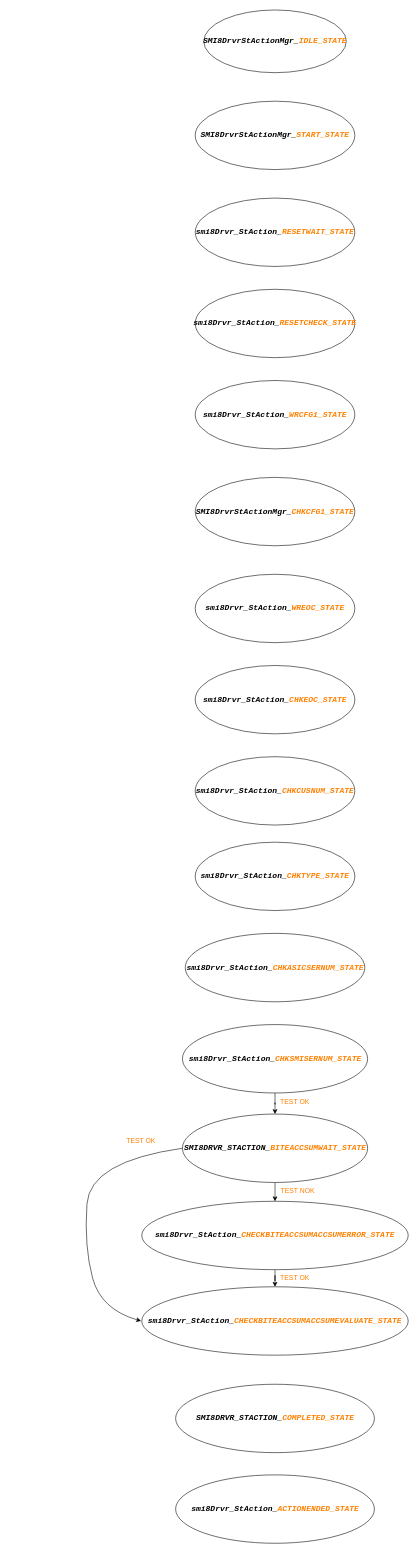
woshitanwang/pics_procdure keeps this draw.io diagram as smi8xx_staction.drawio. Above is the earlier version. Source tidied: cells renumbered, new cells numbered last; positions are measured from the earlier drawing's top-left corner, leaving out a move shared by most shapes. Both pictures are drawn from the tidied source at 57%, with x=0, y=0 at pixel (84, 10).
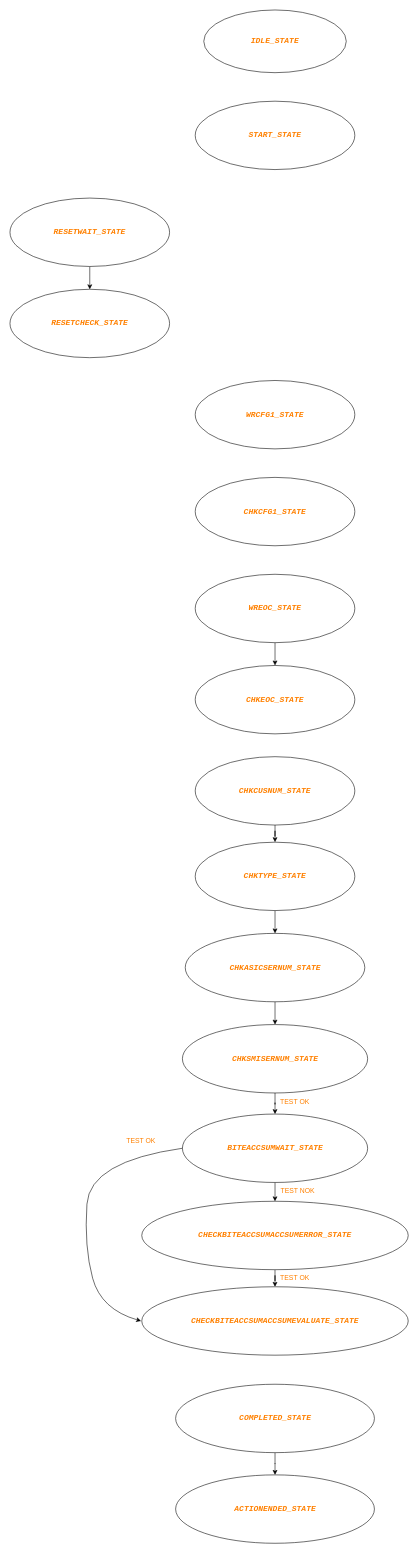
The same page after the edit.

The edit, as a diff of the source:
```diff
@@
-    <mxCell id="2" value="&lt;p style=&quot;font-family: &amp;#34;consolas&amp;#34; , &amp;#34;courier new&amp;#34; , monospace ; font-size: 14px ; line-height: 19px&quot;&gt;&lt;span style=&quot;font-style: italic&quot;&gt;&lt;b&gt;SMI8DrvrStActionMgr_&lt;font color=&quot;#ff8000&quot;&gt;IDLE_STATE&lt;/font&gt;&lt;/b&gt;&lt;/span&gt;&lt;/p&gt;" style="ellipse;whiteSpace=wrap;html=1;" parent="1" vertex="1">
+    <mxCell id="2" value="&lt;p style=&quot;font-family: &amp;#34;consolas&amp;#34; , &amp;#34;courier new&amp;#34; , monospace ; font-size: 14px ; line-height: 19px&quot;&gt;&lt;span style=&quot;font-style: italic&quot;&gt;&lt;b&gt;&lt;font color=&quot;#ff8000&quot;&gt;IDLE_STATE&lt;/font&gt;&lt;/b&gt;&lt;/span&gt;&lt;/p&gt;" style="ellipse;whiteSpace=wrap;html=1;" parent="1" vertex="1">
       <mxGeometry x="210" width="250" height="110" as="geometry" />
     </mxCell>
-    <mxCell id="3" value="&lt;p style=&quot;line-height: 19px&quot;&gt;&lt;font face=&quot;consolas, courier new, monospace&quot;&gt;&lt;span style=&quot;font-size: 14px&quot;&gt;&lt;b&gt;&lt;i&gt;SMI8DrvrStActionMgr_&lt;font color=&quot;#ff8000&quot;&gt;START_STATE&lt;/font&gt;&lt;/i&gt;&lt;/b&gt;&lt;/span&gt;&lt;/font&gt;&lt;br&gt;&lt;/p&gt;" style="ellipse;whiteSpace=wrap;html=1;" parent="1" vertex="1">
+    <mxCell id="3" value="&lt;p style=&quot;line-height: 19px&quot;&gt;&lt;font face=&quot;consolas, courier new, monospace&quot;&gt;&lt;span style=&quot;font-size: 14px&quot;&gt;&lt;b&gt;&lt;i&gt;&lt;font color=&quot;#ff8000&quot;&gt;START_STATE&lt;/font&gt;&lt;/i&gt;&lt;/b&gt;&lt;/span&gt;&lt;/font&gt;&lt;br&gt;&lt;/p&gt;" style="ellipse;whiteSpace=wrap;html=1;" parent="1" vertex="1">
       <mxGeometry x="195" y="160" width="280" height="120" as="geometry" />
     </mxCell>
+    <mxCell id="27" style="edgeStyle=orthogonalEdgeStyle;rounded=0;jettySize=auto;html=1;fontColor=#FF8000;" parent="1" edge="1" source="4" target="5">
+      <mxGeometry relative="1" as="geometry" />
+    </mxCell>
-    <mxCell id="4" value="&lt;p style=&quot;line-height: 19px&quot;&gt;&lt;font face=&quot;consolas, courier new, monospace&quot;&gt;&lt;span style=&quot;font-size: 14px&quot;&gt;&lt;b&gt;&lt;i&gt;smi8Drvr_StAction_&lt;font color=&quot;#ff8000&quot;&gt;RESETWAIT_STATE&lt;/font&gt;&lt;/i&gt;&lt;/b&gt;&lt;/span&gt;&lt;/font&gt;&lt;br&gt;&lt;/p&gt;" style="ellipse;whiteSpace=wrap;html=1;" parent="1" vertex="1">
-      <mxGeometry x="195" y="330" width="280" height="120" as="geometry" />
+    <mxCell id="4" value="&lt;p style=&quot;line-height: 19px&quot;&gt;&lt;font face=&quot;consolas, courier new, monospace&quot;&gt;&lt;span style=&quot;font-size: 14px&quot;&gt;&lt;b&gt;&lt;i&gt;&lt;font color=&quot;#ff8000&quot;&gt;RESETWAIT_STATE&lt;/font&gt;&lt;/i&gt;&lt;/b&gt;&lt;/span&gt;&lt;/font&gt;&lt;br&gt;&lt;/p&gt;" style="ellipse;whiteSpace=wrap;html=1;" parent="1" vertex="1">
+      <mxGeometry x="-130" y="330" width="280" height="120" as="geometry" />
     </mxCell>
-    <mxCell id="5" value="&lt;p style=&quot;line-height: 19px&quot;&gt;&lt;font face=&quot;consolas, courier new, monospace&quot;&gt;&lt;span style=&quot;font-size: 14px&quot;&gt;&lt;b&gt;&lt;i&gt;smi8Drvr_StAction_&lt;font color=&quot;#ff8000&quot;&gt;RESETCHECK_STATE&lt;/font&gt;&lt;/i&gt;&lt;/b&gt;&lt;/span&gt;&lt;/font&gt;&lt;br&gt;&lt;/p&gt;" style="ellipse;whiteSpace=wrap;html=1;" parent="1" vertex="1">
-      <mxGeometry x="195" y="490" width="280" height="120" as="geometry" />
+    <mxCell id="5" value="&lt;p style=&quot;line-height: 19px&quot;&gt;&lt;font face=&quot;consolas, courier new, monospace&quot;&gt;&lt;span style=&quot;font-size: 14px&quot;&gt;&lt;b&gt;&lt;i&gt;&lt;font color=&quot;#ff8000&quot;&gt;RESETCHECK_STATE&lt;/font&gt;&lt;/i&gt;&lt;/b&gt;&lt;/span&gt;&lt;/font&gt;&lt;br&gt;&lt;/p&gt;" style="ellipse;whiteSpace=wrap;html=1;" parent="1" vertex="1">
+      <mxGeometry x="-130" y="490" width="280" height="120" as="geometry" />
     </mxCell>
-    <mxCell id="6" value="&lt;p style=&quot;line-height: 19px&quot;&gt;&lt;font face=&quot;consolas, courier new, monospace&quot;&gt;&lt;span style=&quot;font-size: 14px&quot;&gt;&lt;b&gt;&lt;i&gt;smi8Drvr_StAction_&lt;font color=&quot;#ff8000&quot;&gt;WRCFG1_STATE&lt;/font&gt;&lt;/i&gt;&lt;/b&gt;&lt;/span&gt;&lt;/font&gt;&lt;br&gt;&lt;/p&gt;" style="ellipse;whiteSpace=wrap;html=1;" parent="1" vertex="1">
+    <mxCell id="6" value="&lt;p style=&quot;line-height: 19px&quot;&gt;&lt;font face=&quot;consolas, courier new, monospace&quot;&gt;&lt;span style=&quot;font-size: 14px&quot;&gt;&lt;b&gt;&lt;i&gt;&lt;font color=&quot;#ff8000&quot;&gt;WRCFG1_STATE&lt;/font&gt;&lt;/i&gt;&lt;/b&gt;&lt;/span&gt;&lt;/font&gt;&lt;br&gt;&lt;/p&gt;" style="ellipse;whiteSpace=wrap;html=1;" parent="1" vertex="1">
       <mxGeometry x="195" y="650" width="280" height="120" as="geometry" />
     </mxCell>
-    <mxCell id="7" value="&lt;p style=&quot;line-height: 19px&quot;&gt;&lt;font face=&quot;consolas, courier new, monospace&quot;&gt;&lt;span style=&quot;font-size: 14px&quot;&gt;&lt;b&gt;&lt;i&gt;SMI8DrvrStActionMgr_&lt;font color=&quot;#ff8000&quot;&gt;CHKCFG1_STATE&lt;/font&gt;&lt;/i&gt;&lt;/b&gt;&lt;/span&gt;&lt;/font&gt;&lt;br&gt;&lt;/p&gt;" style="ellipse;whiteSpace=wrap;html=1;" parent="1" vertex="1">
+    <mxCell id="7" value="&lt;p style=&quot;line-height: 19px&quot;&gt;&lt;font face=&quot;consolas, courier new, monospace&quot;&gt;&lt;span style=&quot;font-size: 14px&quot;&gt;&lt;b&gt;&lt;i&gt;&lt;font color=&quot;#ff8000&quot;&gt;CHKCFG1_STATE&lt;/font&gt;&lt;/i&gt;&lt;/b&gt;&lt;/span&gt;&lt;/font&gt;&lt;br&gt;&lt;/p&gt;" style="ellipse;whiteSpace=wrap;html=1;" parent="1" vertex="1">
       <mxGeometry x="195" y="820" width="280" height="120" as="geometry" />
     </mxCell>
+    <mxCell id="28" style="edgeStyle=orthogonalEdgeStyle;rounded=0;jettySize=auto;html=1;fontColor=#FF8000;" parent="1" edge="1" source="8" target="9">
+      <mxGeometry relative="1" as="geometry" />
+    </mxCell>
-    <mxCell id="8" value="&lt;p style=&quot;line-height: 19px&quot;&gt;&lt;font face=&quot;consolas, courier new, monospace&quot;&gt;&lt;span style=&quot;font-size: 14px&quot;&gt;&lt;b&gt;&lt;i&gt;smi8Drvr_StAction_&lt;font color=&quot;#ff8000&quot;&gt;WREOC_STATE&lt;/font&gt;&lt;/i&gt;&lt;/b&gt;&lt;/span&gt;&lt;/font&gt;&lt;br&gt;&lt;/p&gt;" style="ellipse;whiteSpace=wrap;html=1;" parent="1" vertex="1">
+    <mxCell id="8" value="&lt;p style=&quot;line-height: 19px&quot;&gt;&lt;font face=&quot;consolas, courier new, monospace&quot;&gt;&lt;span style=&quot;font-size: 14px&quot;&gt;&lt;b&gt;&lt;i&gt;&lt;font color=&quot;#ff8000&quot;&gt;WREOC_STATE&lt;/font&gt;&lt;/i&gt;&lt;/b&gt;&lt;/span&gt;&lt;/font&gt;&lt;br&gt;&lt;/p&gt;" style="ellipse;whiteSpace=wrap;html=1;" parent="1" vertex="1">
       <mxGeometry x="195" y="990" width="280" height="120" as="geometry" />
     </mxCell>
-    <mxCell id="9" value="&lt;p style=&quot;line-height: 19px&quot;&gt;&lt;font face=&quot;consolas, courier new, monospace&quot;&gt;&lt;span style=&quot;font-size: 14px&quot;&gt;&lt;b&gt;&lt;i&gt;smi8Drvr_StAction_&lt;font color=&quot;#ff8000&quot;&gt;CHKEOC_STATE&lt;/font&gt;&lt;/i&gt;&lt;/b&gt;&lt;/span&gt;&lt;/font&gt;&lt;br&gt;&lt;/p&gt;" style="ellipse;whiteSpace=wrap;html=1;" parent="1" vertex="1">
+    <mxCell id="9" value="&lt;p style=&quot;line-height: 19px&quot;&gt;&lt;font face=&quot;consolas, courier new, monospace&quot;&gt;&lt;span style=&quot;font-size: 14px&quot;&gt;&lt;b&gt;&lt;i&gt;&lt;font color=&quot;#ff8000&quot;&gt;CHKEOC_STATE&lt;/font&gt;&lt;/i&gt;&lt;/b&gt;&lt;/span&gt;&lt;/font&gt;&lt;br&gt;&lt;/p&gt;" style="ellipse;whiteSpace=wrap;html=1;" parent="1" vertex="1">
       <mxGeometry x="195" y="1150" width="280" height="120" as="geometry" />
     </mxCell>
+    <mxCell id="29" style="edgeStyle=orthogonalEdgeStyle;rounded=0;jettySize=auto;html=1;fontColor=#FF8000;" parent="1" edge="1" source="10" target="11">
+      <mxGeometry relative="1" as="geometry" />
+    </mxCell>
-    <mxCell id="10" value="&lt;p style=&quot;line-height: 19px&quot;&gt;&lt;font face=&quot;consolas, courier new, monospace&quot;&gt;&lt;span style=&quot;font-size: 14px&quot;&gt;&lt;b&gt;&lt;i&gt;smi8Drvr_StAction_&lt;font color=&quot;#ff8000&quot;&gt;CHKCUSNUM_STATE&lt;/font&gt;&lt;/i&gt;&lt;/b&gt;&lt;/span&gt;&lt;/font&gt;&lt;br&gt;&lt;/p&gt;" style="ellipse;whiteSpace=wrap;html=1;" parent="1" vertex="1">
+    <mxCell id="10" value="&lt;p style=&quot;line-height: 19px&quot;&gt;&lt;font face=&quot;consolas, courier new, monospace&quot;&gt;&lt;span style=&quot;font-size: 14px&quot;&gt;&lt;b&gt;&lt;i&gt;&lt;font color=&quot;#ff8000&quot;&gt;CHKCUSNUM_STATE&lt;/font&gt;&lt;/i&gt;&lt;/b&gt;&lt;/span&gt;&lt;/font&gt;&lt;br&gt;&lt;/p&gt;" style="ellipse;whiteSpace=wrap;html=1;" parent="1" vertex="1">
       <mxGeometry x="195" y="1310" width="280" height="120" as="geometry" />
     </mxCell>
+    <mxCell id="30" style="edgeStyle=orthogonalEdgeStyle;rounded=0;jettySize=auto;html=1;fontColor=#FF8000;" parent="1" edge="1" source="11" target="12">
+      <mxGeometry relative="1" as="geometry" />
+    </mxCell>
-    <mxCell id="11" value="&lt;p style=&quot;line-height: 19px&quot;&gt;&lt;font face=&quot;consolas, courier new, monospace&quot;&gt;&lt;span style=&quot;font-size: 14px&quot;&gt;&lt;b&gt;&lt;i&gt;smi8Drvr_StAction_&lt;font color=&quot;#ff8000&quot;&gt;CHKTYPE_STATE&lt;/font&gt;&lt;/i&gt;&lt;/b&gt;&lt;/span&gt;&lt;/font&gt;&lt;br&gt;&lt;/p&gt;" style="ellipse;whiteSpace=wrap;html=1;" parent="1" vertex="1">
+    <mxCell id="11" value="&lt;p style=&quot;line-height: 19px&quot;&gt;&lt;font face=&quot;consolas, courier new, monospace&quot;&gt;&lt;span style=&quot;font-size: 14px&quot;&gt;&lt;b&gt;&lt;i&gt;&lt;font color=&quot;#ff8000&quot;&gt;CHKTYPE_STATE&lt;/font&gt;&lt;/i&gt;&lt;/b&gt;&lt;/span&gt;&lt;/font&gt;&lt;br&gt;&lt;/p&gt;" style="ellipse;whiteSpace=wrap;html=1;" parent="1" vertex="1">
       <mxGeometry x="195" y="1460" width="280" height="120" as="geometry" />
     </mxCell>
+    <mxCell id="31" style="edgeStyle=orthogonalEdgeStyle;rounded=0;jettySize=auto;html=1;fontColor=#FF8000;" parent="1" edge="1" source="12" target="14">
+      <mxGeometry relative="1" as="geometry" />
+    </mxCell>
-    <mxCell id="12" value="&lt;p style=&quot;line-height: 19px&quot;&gt;&lt;font face=&quot;consolas, courier new, monospace&quot;&gt;&lt;span style=&quot;font-size: 14px&quot;&gt;&lt;b&gt;&lt;i&gt;smi8Drvr_StAction_&lt;font color=&quot;#ff8000&quot;&gt;CHKASICSERNUM_STATE&lt;/font&gt;&lt;/i&gt;&lt;/b&gt;&lt;/span&gt;&lt;/font&gt;&lt;br&gt;&lt;/p&gt;" style="ellipse;whiteSpace=wrap;html=1;" parent="1" vertex="1">
+    <mxCell id="12" value="&lt;p style=&quot;line-height: 19px&quot;&gt;&lt;font face=&quot;consolas, courier new, monospace&quot;&gt;&lt;span style=&quot;font-size: 14px&quot;&gt;&lt;b&gt;&lt;i&gt;&lt;font color=&quot;#ff8000&quot;&gt;CHKASICSERNUM_STATE&lt;/font&gt;&lt;/i&gt;&lt;/b&gt;&lt;/span&gt;&lt;/font&gt;&lt;br&gt;&lt;/p&gt;" style="ellipse;whiteSpace=wrap;html=1;" parent="1" vertex="1">
       <mxGeometry x="177.5" y="1620" width="315" height="120" as="geometry" />
     </mxCell>
@@
-    <mxCell id="14" value="&lt;p style=&quot;line-height: 19px&quot;&gt;&lt;font face=&quot;consolas, courier new, monospace&quot;&gt;&lt;span style=&quot;font-size: 14px&quot;&gt;&lt;b&gt;&lt;i&gt;smi8Drvr_StAction_&lt;font color=&quot;#ff8000&quot;&gt;CHKSMISERNUM_STATE&lt;/font&gt;&lt;/i&gt;&lt;/b&gt;&lt;/span&gt;&lt;/font&gt;&lt;br&gt;&lt;/p&gt;" style="ellipse;whiteSpace=wrap;html=1;" parent="1" vertex="1">
+    <mxCell id="14" value="&lt;p style=&quot;line-height: 19px&quot;&gt;&lt;font face=&quot;consolas, courier new, monospace&quot;&gt;&lt;span style=&quot;font-size: 14px&quot;&gt;&lt;b&gt;&lt;i&gt;&lt;font color=&quot;#ff8000&quot;&gt;CHKSMISERNUM_STATE&lt;/font&gt;&lt;/i&gt;&lt;/b&gt;&lt;/span&gt;&lt;/font&gt;&lt;br&gt;&lt;/p&gt;" style="ellipse;whiteSpace=wrap;html=1;" parent="1" vertex="1">
       <mxGeometry x="172.5" y="1780" width="325" height="120" as="geometry" />
     </mxCell>
@@
-    <mxCell id="16" value="&lt;p style=&quot;line-height: 19px&quot;&gt;&lt;font face=&quot;consolas, courier new, monospace&quot;&gt;&lt;span style=&quot;font-size: 14px&quot;&gt;&lt;b&gt;&lt;i&gt;SMI8DRVR_STACTION_&lt;font color=&quot;#ff8000&quot;&gt;BITEACCSUMWAIT_STATE&lt;/font&gt;&lt;/i&gt;&lt;/b&gt;&lt;/span&gt;&lt;/font&gt;&lt;br&gt;&lt;/p&gt;" style="ellipse;whiteSpace=wrap;html=1;" parent="1" vertex="1">
+    <mxCell id="16" value="&lt;p style=&quot;line-height: 19px&quot;&gt;&lt;font face=&quot;consolas, courier new, monospace&quot;&gt;&lt;span style=&quot;font-size: 14px&quot;&gt;&lt;b&gt;&lt;i&gt;&lt;font color=&quot;#ff8000&quot;&gt;BITEACCSUMWAIT_STATE&lt;/font&gt;&lt;/i&gt;&lt;/b&gt;&lt;/span&gt;&lt;/font&gt;&lt;br&gt;&lt;/p&gt;" style="ellipse;whiteSpace=wrap;html=1;" parent="1" vertex="1">
       <mxGeometry x="172.5" y="1937" width="325" height="120" as="geometry" />
     </mxCell>
@@
-    <mxCell id="18" value="&lt;p style=&quot;line-height: 19px&quot;&gt;&lt;font face=&quot;consolas, courier new, monospace&quot;&gt;&lt;span style=&quot;font-size: 14px&quot;&gt;&lt;b&gt;&lt;i&gt;smi8Drvr_StAction_&lt;font color=&quot;#ff8000&quot;&gt;CHECKBITEACCSUMACCSUMERROR_STATE&lt;/font&gt;&lt;/i&gt;&lt;/b&gt;&lt;/span&gt;&lt;/font&gt;&lt;br&gt;&lt;/p&gt;" style="ellipse;whiteSpace=wrap;html=1;" parent="1" vertex="1">
+    <mxCell id="18" value="&lt;p style=&quot;line-height: 19px&quot;&gt;&lt;font face=&quot;consolas, courier new, monospace&quot;&gt;&lt;span style=&quot;font-size: 14px&quot;&gt;&lt;b&gt;&lt;i&gt;&lt;font color=&quot;#ff8000&quot;&gt;CHECKBITEACCSUMACCSUMERROR_STATE&lt;/font&gt;&lt;/i&gt;&lt;/b&gt;&lt;/span&gt;&lt;/font&gt;&lt;br&gt;&lt;/p&gt;" style="ellipse;whiteSpace=wrap;html=1;" parent="1" vertex="1">
       <mxGeometry x="101.2" y="2090" width="467.5" height="120" as="geometry" />
     </mxCell>
-    <mxCell id="19" value="&lt;p style=&quot;line-height: 19px&quot;&gt;&lt;font face=&quot;consolas, courier new, monospace&quot;&gt;&lt;span style=&quot;font-size: 14px&quot;&gt;&lt;b&gt;&lt;i&gt;smi8Drvr_StAction_&lt;font color=&quot;#ff8000&quot;&gt;CHECKBITEACCSUMACCSUMEVALUATE_STATE&lt;/font&gt;&lt;/i&gt;&lt;/b&gt;&lt;/span&gt;&lt;/font&gt;&lt;br&gt;&lt;/p&gt;" style="ellipse;whiteSpace=wrap;html=1;" parent="1" vertex="1">
+    <mxCell id="19" value="&lt;p style=&quot;line-height: 19px&quot;&gt;&lt;font face=&quot;consolas, courier new, monospace&quot;&gt;&lt;span style=&quot;font-size: 14px&quot;&gt;&lt;b&gt;&lt;i&gt;&lt;font color=&quot;#ff8000&quot;&gt;CHECKBITEACCSUMACCSUMEVALUATE_STATE&lt;/font&gt;&lt;/i&gt;&lt;/b&gt;&lt;/span&gt;&lt;/font&gt;&lt;br&gt;&lt;/p&gt;" style="ellipse;whiteSpace=wrap;html=1;" parent="1" vertex="1">
       <mxGeometry x="101.2" y="2240" width="467.5" height="120" as="geometry" />
     </mxCell>
+    <mxCell id="32" style="edgeStyle=orthogonalEdgeStyle;rounded=0;jettySize=auto;html=1;fontColor=#FF8000;" parent="1" edge="1" source="20" target="21">
+      <mxGeometry relative="1" as="geometry" />
+    </mxCell>
-    <mxCell id="20" value="&lt;p style=&quot;line-height: 19px&quot;&gt;&lt;font face=&quot;consolas, courier new, monospace&quot;&gt;&lt;span style=&quot;font-size: 14px&quot;&gt;&lt;b&gt;&lt;i&gt;SMI8DRVR_STACTION_&lt;font color=&quot;#ff8000&quot;&gt;COMPLETED_STATE&lt;/font&gt;&lt;/i&gt;&lt;/b&gt;&lt;/span&gt;&lt;/font&gt;&lt;br&gt;&lt;/p&gt;" style="ellipse;whiteSpace=wrap;html=1;" parent="1" vertex="1">
+    <mxCell id="20" value="&lt;p style=&quot;line-height: 19px&quot;&gt;&lt;font face=&quot;consolas, courier new, monospace&quot;&gt;&lt;span style=&quot;font-size: 14px&quot;&gt;&lt;b&gt;&lt;i&gt;&lt;font color=&quot;#ff8000&quot;&gt;COMPLETED_STATE&lt;/font&gt;&lt;/i&gt;&lt;/b&gt;&lt;/span&gt;&lt;/font&gt;&lt;br&gt;&lt;/p&gt;" style="ellipse;whiteSpace=wrap;html=1;" parent="1" vertex="1">
       <mxGeometry x="160.6" y="2411" width="348.8" height="120" as="geometry" />
     </mxCell>
-    <mxCell id="21" value="&lt;p style=&quot;line-height: 19px&quot;&gt;&lt;font face=&quot;consolas, courier new, monospace&quot;&gt;&lt;span style=&quot;font-size: 14px&quot;&gt;&lt;b&gt;&lt;i&gt;smi8Drvr_StAction_&lt;font color=&quot;#ff8000&quot;&gt;ACTIONENDED_STATE&lt;/font&gt;&lt;/i&gt;&lt;/b&gt;&lt;/span&gt;&lt;/font&gt;&lt;br&gt;&lt;/p&gt;" style="ellipse;whiteSpace=wrap;html=1;" parent="1" vertex="1">
+    <mxCell id="21" value="&lt;p style=&quot;line-height: 19px&quot;&gt;&lt;font face=&quot;consolas, courier new, monospace&quot;&gt;&lt;span style=&quot;font-size: 14px&quot;&gt;&lt;b&gt;&lt;i&gt;&lt;font color=&quot;#ff8000&quot;&gt;ACTIONENDED_STATE&lt;/font&gt;&lt;/i&gt;&lt;/b&gt;&lt;/span&gt;&lt;/font&gt;&lt;br&gt;&lt;/p&gt;" style="ellipse;whiteSpace=wrap;html=1;" parent="1" vertex="1">
       <mxGeometry x="160.6" y="2570" width="348.8" height="120" as="geometry" />
     </mxCell>
```
